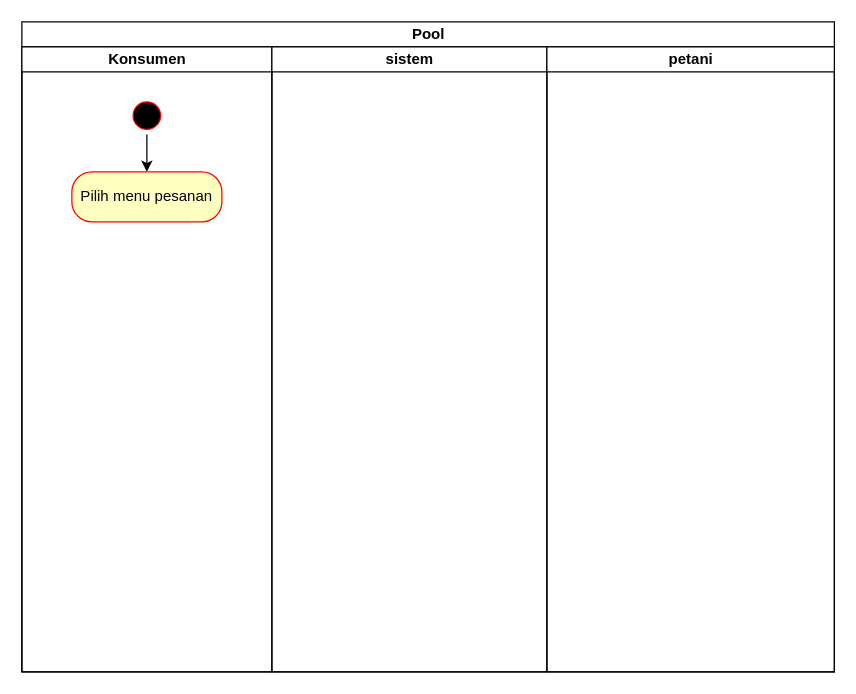
zzarr/Project3-design-diagram keeps this draw.io diagram as Activitydiagram pembayaran.drawio. Above is the earlier version. Source tidied: cells renumbered, new cells numbered last; positions are measured from the earlier drawing's top-left corner, leaving out a move shared by most shapes. Both pictures are drawn from the tidied source at 125%, with x=0, y=0 at pixel (21, 21).
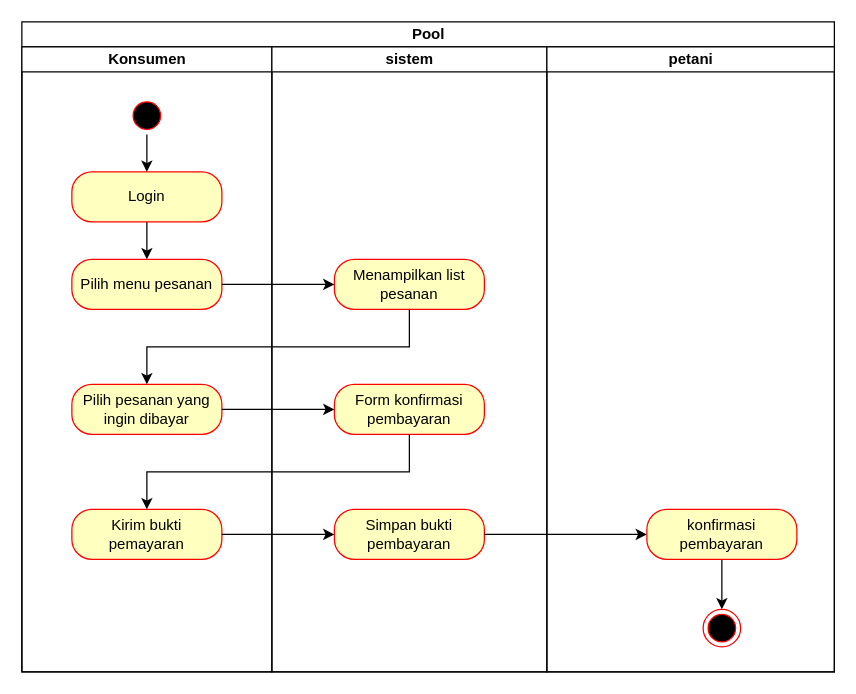
The same diagram, later.

The change refers to these unchanged cells:
```xml
<mxCell id="2" value="Pool" style="swimlane;startSize=20;html=1;" parent="1" vertex="1">
  <mxGeometry width="650" height="520" as="geometry" />
</mxCell>
<mxCell id="3" value="Konsumen" style="swimlane;startSize=20;html=1;" parent="2" vertex="1">
  <mxGeometry y="20" width="200" height="500" as="geometry" />
</mxCell>
<mxCell id="7" value="sistem" style="swimlane;startSize=20;html=1;" parent="2" vertex="1">
  <mxGeometry x="200" y="20" width="220" height="500" as="geometry" />
</mxCell>
<mxCell id="8" value="petani" style="swimlane;startSize=20;html=1;" parent="2" vertex="1">
  <mxGeometry x="420" y="20" width="230" height="500" as="geometry" />
</mxCell>
```

Diff of the diagram source:
```diff
@@
+    <mxCell id="9" style="edgeStyle=orthogonalEdgeStyle;rounded=0;jettySize=auto;html=1;exitX=0.5;exitY=1;exitDx=0;exitDy=0;entryX=0.5;entryY=0;entryDx=0;entryDy=0;" parent="3" edge="1" source="6" target="10">
+      <mxGeometry relative="1" as="geometry" />
+    </mxCell>
-    <mxCell id="6" value="Pilih menu pesanan" style="rounded=1;whiteSpace=wrap;html=1;arcSize=40;fontColor=#000000;fillColor=#ffffc0;strokeColor=#ff0000;" parent="3" vertex="1">
+    <mxCell id="6" value="Login" style="rounded=1;whiteSpace=wrap;html=1;arcSize=40;fontColor=#000000;fillColor=#ffffc0;strokeColor=#ff0000;" parent="3" vertex="1">
       <mxGeometry x="40" y="100" width="120" height="40" as="geometry" />
     </mxCell>
+    <mxCell id="10" value="Pilih menu pesanan" style="rounded=1;whiteSpace=wrap;html=1;arcSize=40;fontColor=#000000;fillColor=#ffffc0;strokeColor=#ff0000;" parent="3" vertex="1">
+      <mxGeometry x="40" y="170" width="120" height="40" as="geometry" />
+    </mxCell>
+    <mxCell id="11" value="Pilih pesanan yang ingin dibayar" style="rounded=1;whiteSpace=wrap;html=1;arcSize=40;fontColor=#000000;fillColor=#ffffc0;strokeColor=#ff0000;" parent="3" vertex="1">
+      <mxGeometry x="40" y="270" width="120" height="40" as="geometry" />
+    </mxCell>
+    <mxCell id="12" value="Kirim bukti pemayaran" style="rounded=1;whiteSpace=wrap;html=1;arcSize=40;fontColor=#000000;fillColor=#ffffc0;strokeColor=#ff0000;" parent="3" vertex="1">
+      <mxGeometry x="40" y="370" width="120" height="40" as="geometry" />
+    </mxCell>
@@
+    <mxCell id="13" value="Menampilkan list pesanan" style="rounded=1;whiteSpace=wrap;html=1;arcSize=40;fontColor=#000000;fillColor=#ffffc0;strokeColor=#ff0000;" parent="7" vertex="1">
+      <mxGeometry x="50" y="170" width="120" height="40" as="geometry" />
+    </mxCell>
+    <mxCell id="14" value="Form konfirmasi pembayaran" style="rounded=1;whiteSpace=wrap;html=1;arcSize=40;fontColor=#000000;fillColor=#ffffc0;strokeColor=#ff0000;" parent="7" vertex="1">
+      <mxGeometry x="50" y="270" width="120" height="40" as="geometry" />
+    </mxCell>
+    <mxCell id="15" value="Simpan bukti pembayaran" style="rounded=1;whiteSpace=wrap;html=1;arcSize=40;fontColor=#000000;fillColor=#ffffc0;strokeColor=#ff0000;" parent="7" vertex="1">
+      <mxGeometry x="50" y="370" width="120" height="40" as="geometry" />
+    </mxCell>
@@
+    <mxCell id="16" style="edgeStyle=orthogonalEdgeStyle;rounded=0;jettySize=auto;html=1;exitX=0.5;exitY=1;exitDx=0;exitDy=0;entryX=0.5;entryY=0;entryDx=0;entryDy=0;" parent="8" edge="1" source="17" target="18">
+      <mxGeometry relative="1" as="geometry" />
+    </mxCell>
+    <mxCell id="17" value="konfirmasi pembayaran" style="rounded=1;whiteSpace=wrap;html=1;arcSize=40;fontColor=#000000;fillColor=#ffffc0;strokeColor=#ff0000;" parent="8" vertex="1">
+      <mxGeometry x="80" y="370" width="120" height="40" as="geometry" />
+    </mxCell>
+    <mxCell id="18" style="ellipse;html=1;shape=endState;fillColor=#000000;strokeColor=#ff0000;" parent="8" vertex="1">
+      <mxGeometry x="125" y="450" width="30" height="30" as="geometry" />
+    </mxCell>
+    <mxCell id="19" style="edgeStyle=orthogonalEdgeStyle;rounded=0;jettySize=auto;html=1;exitX=1;exitY=0.5;exitDx=0;exitDy=0;entryX=0;entryY=0.5;entryDx=0;entryDy=0;" parent="2" edge="1" source="10" target="13">
+      <mxGeometry relative="1" as="geometry" />
+    </mxCell>
+    <mxCell id="20" style="edgeStyle=orthogonalEdgeStyle;rounded=0;jettySize=auto;html=1;exitX=0.5;exitY=1;exitDx=0;exitDy=0;entryX=0.5;entryY=0;entryDx=0;entryDy=0;" parent="2" edge="1" source="13" target="11">
+      <mxGeometry relative="1" as="geometry" />
+    </mxCell>
+    <mxCell id="21" style="edgeStyle=orthogonalEdgeStyle;rounded=0;jettySize=auto;html=1;exitX=1;exitY=0.5;exitDx=0;exitDy=0;entryX=0;entryY=0.5;entryDx=0;entryDy=0;" parent="2" edge="1" source="11" target="14">
+      <mxGeometry relative="1" as="geometry" />
+    </mxCell>
+    <mxCell id="22" style="edgeStyle=orthogonalEdgeStyle;rounded=0;jettySize=auto;html=1;exitX=0.5;exitY=1;exitDx=0;exitDy=0;entryX=0.5;entryY=0;entryDx=0;entryDy=0;" parent="2" edge="1" source="14" target="12">
+      <mxGeometry relative="1" as="geometry" />
+    </mxCell>
+    <mxCell id="23" style="edgeStyle=orthogonalEdgeStyle;rounded=0;jettySize=auto;html=1;exitX=1;exitY=0.5;exitDx=0;exitDy=0;entryX=0;entryY=0.5;entryDx=0;entryDy=0;" parent="2" edge="1" source="12" target="15">
+      <mxGeometry relative="1" as="geometry" />
+    </mxCell>
+    <mxCell id="24" style="edgeStyle=orthogonalEdgeStyle;rounded=0;jettySize=auto;html=1;exitX=1;exitY=0.5;exitDx=0;exitDy=0;entryX=0;entryY=0.5;entryDx=0;entryDy=0;" parent="2" edge="1" source="15" target="17">
+      <mxGeometry relative="1" as="geometry" />
+    </mxCell>
```
